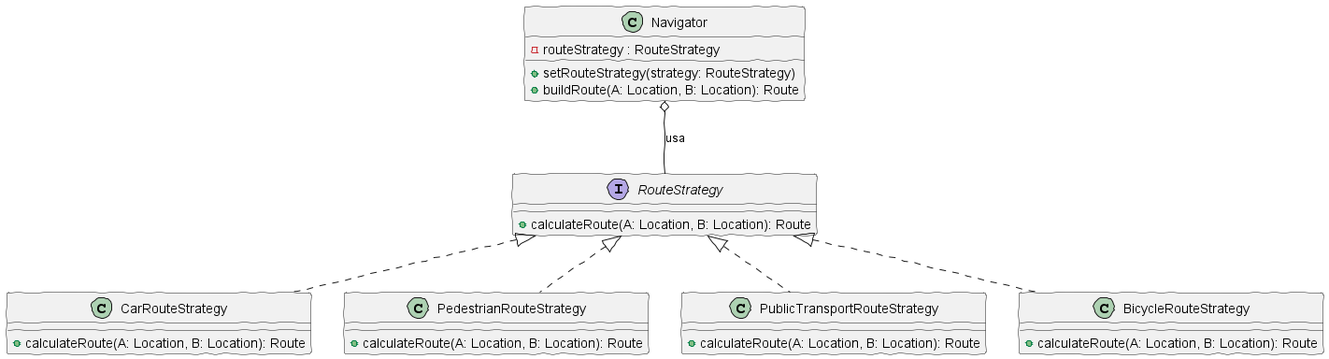
This is out/uml/strategy.png from Ag-Tachyon/StrategyModelos, a PlantUML export, as it was before one commit. The source it was exported from:
```plantuml
@startuml
skinparam handwritten true

interface RouteStrategy {
    + calculateRoute(A: Location, B: Location): Route
}

class Navigator {
    - routeStrategy : RouteStrategy
    + setRouteStrategy(strategy: RouteStrategy)
    + buildRoute(A: Location, B: Location): Route
}

class CarRouteStrategy {
    + calculateRoute(A: Location, B: Location): Route
}

class PedestrianRouteStrategy {
    + calculateRoute(A: Location, B: Location): Route
}

class PublicTransportRouteStrategy {
    + calculateRoute(A: Location, B: Location): Route
}

class BicycleRouteStrategy {
    + calculateRoute(A: Location, B: Location): Route
}

Navigator o-- RouteStrategy : "usa"

RouteStrategy <|.. CarRouteStrategy
RouteStrategy <|.. PedestrianRouteStrategy
RouteStrategy <|.. PublicTransportRouteStrategy
RouteStrategy <|.. BicycleRouteStrategy
@enduml
```
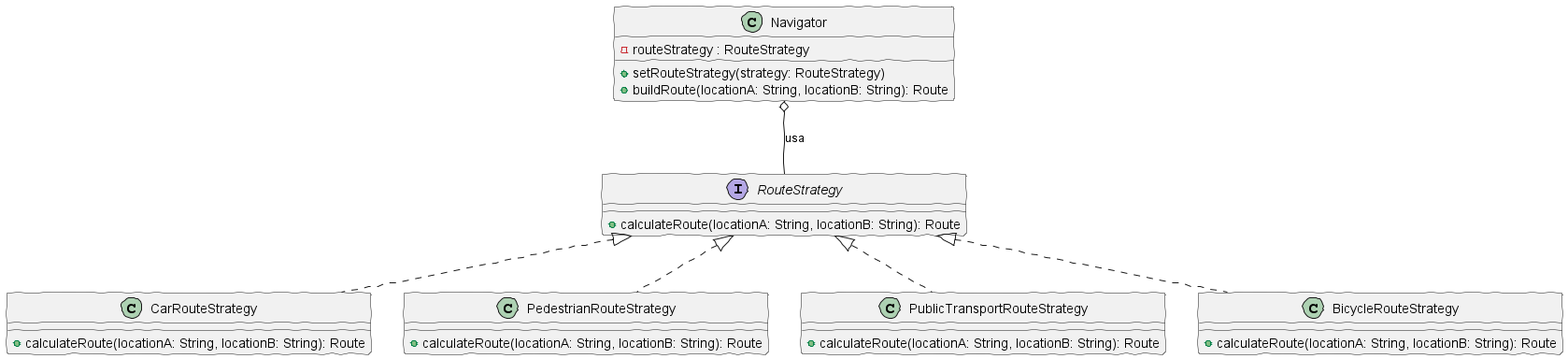
The same file after the commit.

Commit message:
Refactor (uml.plantuml): Modificando el tipo de datos en las clases e interfaz

The edit, as a diff of the source:
```diff
@@ -2,29 +2,29 @@
 skinparam handwritten true
 
 interface RouteStrategy {
-    + calculateRoute(A: Location, B: Location): Route
+    + calculateRoute(locationA: String, locationB: String): Route
 }
 
 class Navigator {
     - routeStrategy : RouteStrategy
     + setRouteStrategy(strategy: RouteStrategy)
-    + buildRoute(A: Location, B: Location): Route
+    + buildRoute(locationA: String, locationB: String): Route
 }
 
 class CarRouteStrategy {
-    + calculateRoute(A: Location, B: Location): Route
+    + calculateRoute(locationA: String, locationB: String): Route
 }
 
 class PedestrianRouteStrategy {
-    + calculateRoute(A: Location, B: Location): Route
+    + calculateRoute(locationA: String, locationB: String): Route
 }
 
 class PublicTransportRouteStrategy {
-    + calculateRoute(A: Location, B: Location): Route
+    + calculateRoute(locationA: String, locationB: String): Route
 }
 
 class BicycleRouteStrategy {
-    + calculateRoute(A: Location, B: Location): Route
+    + calculateRoute(locationA: String, locationB: String): Route
 }
 
 Navigator o-- RouteStrategy : "usa"
```
